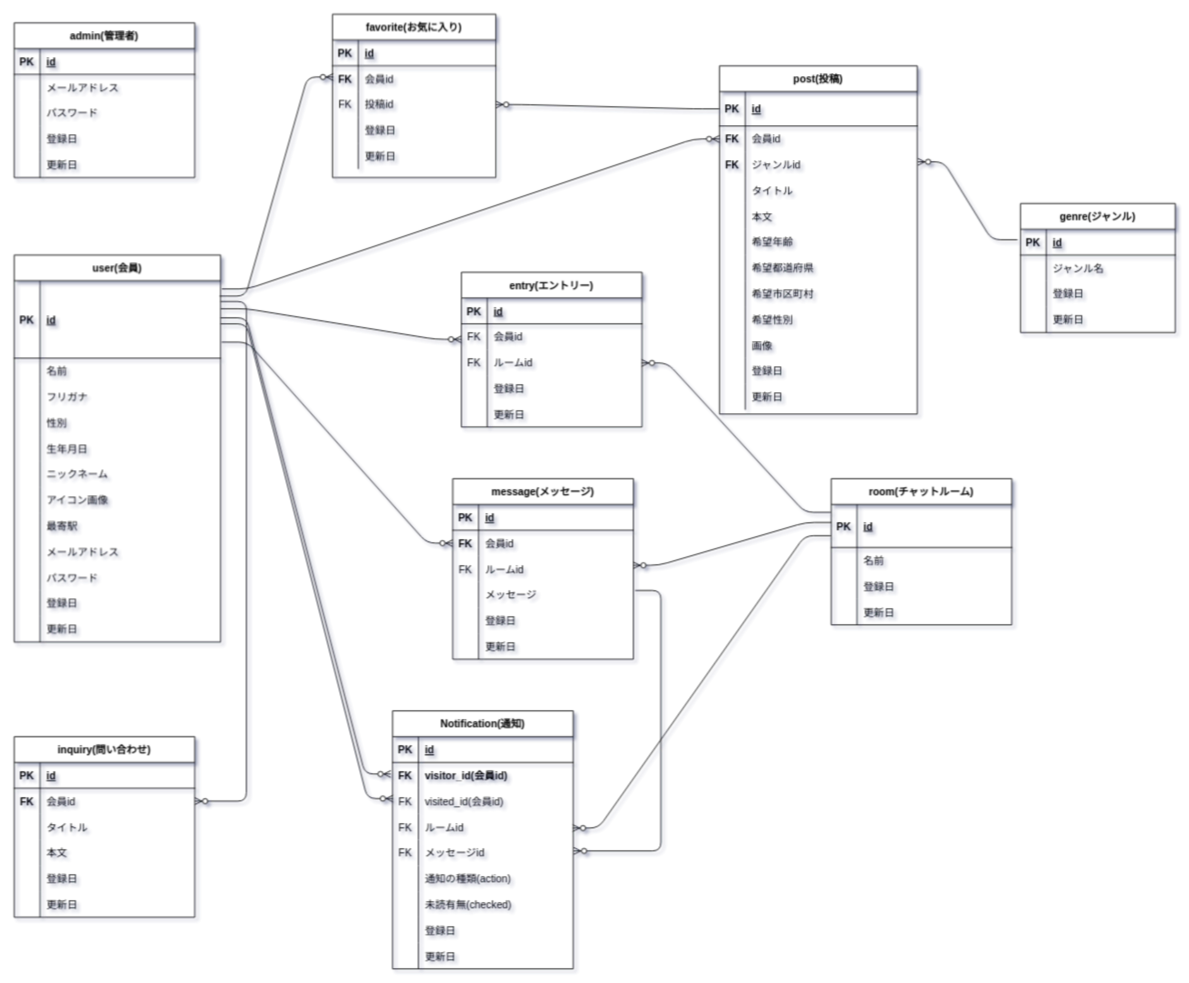
Earlier version of the draw.io diagram enrich-ity.drawio (hapi190601/enrich-ity). Source tidied: cells renumbered, new cells numbered last; positions are measured from the earlier drawing's top-left corner, leaving out a move shared by most shapes. Both pictures are drawn from the tidied source at 86%, with x=0, y=0 at pixel (14, 14).
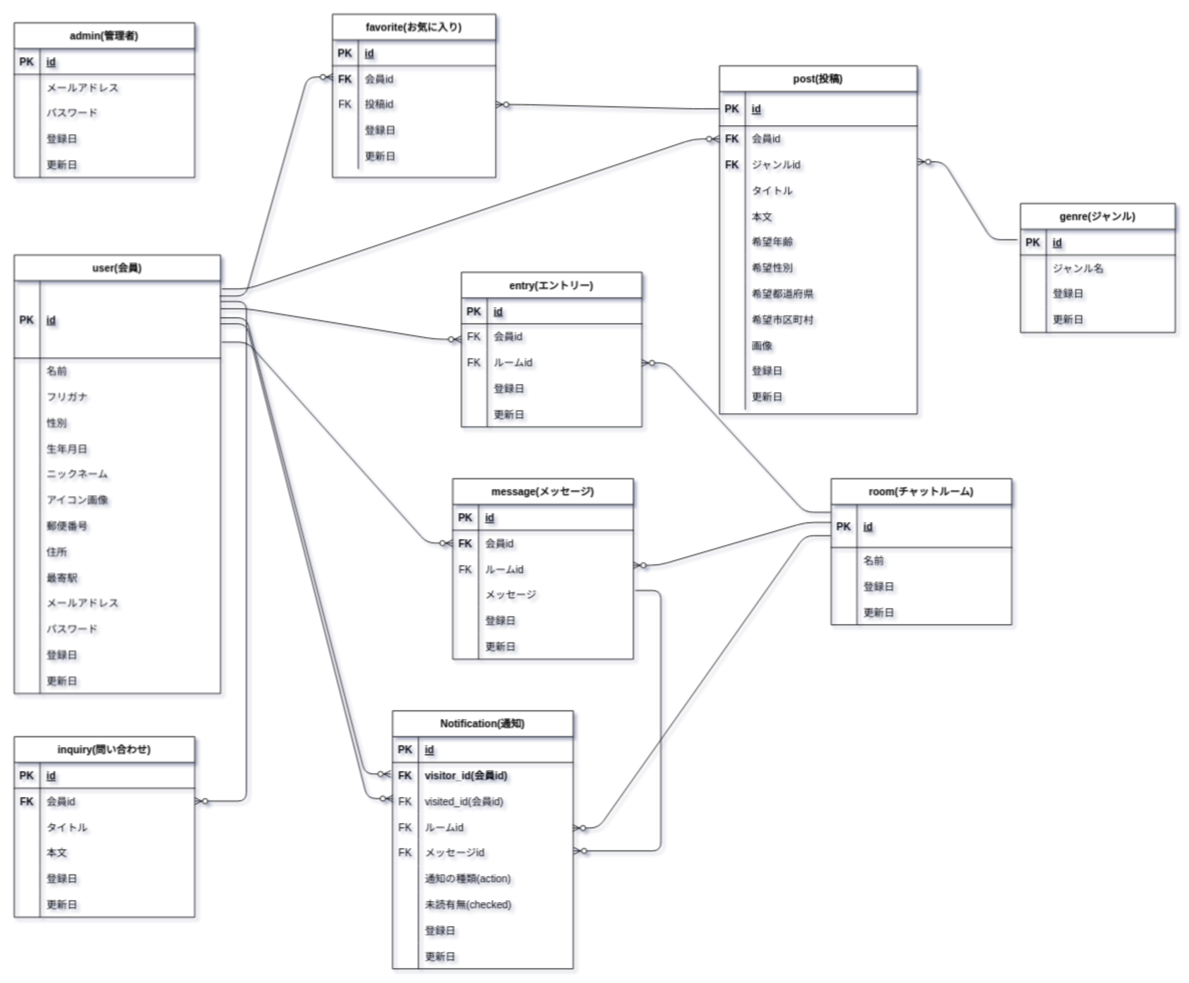
The same page after the edit.

Commit message:
カラム名修正

The change refers to these unchanged cells:
```xml
<mxCell id="58" style="shape=partialRectangle;fillColor=none;top=0;left=0;bottom=0;right=0;" parent="39" vertex="1">
  <mxGeometry y="220" width="230" height="30" as="geometry" />
</mxCell>
<mxCell id="61" style="shape=partialRectangle;fillColor=none;top=0;left=0;bottom=0;right=0;" parent="39" vertex="1">
  <mxGeometry y="250" width="230" height="30" as="geometry" />
</mxCell>
<mxCell id="64" style="shape=partialRectangle;fillColor=none;top=0;left=0;bottom=0;right=0;" parent="39" vertex="1">
  <mxGeometry y="280" width="230" height="30" as="geometry" />
</mxCell>
```

Diff of the diagram source:
```diff
@@
     <mxCell id="2" value="user(会員)" style="shape=table;startSize=30;childLayout=tableLayout;rowLines=0;fontStyle=1;align=center;" parent="1" vertex="1">
-      <mxGeometry y="280" width="240" height="450" as="geometry" />
+      <mxGeometry y="280" width="240" height="510" as="geometry" />
     </mxCell>
@@
+    <mxCell id="229" style="shape=partialRectangle;fillColor=none;top=0;left=0;bottom=0;right=0;" parent="2" vertex="1">
+      <mxGeometry y="300" width="240" height="30" as="geometry" />
+    </mxCell>
+    <mxCell id="230" style="shape=partialRectangle;fillColor=none;top=0;left=0;bottom=0;right=0;overflow=hidden;" parent="229" vertex="1">
+      <mxGeometry width="30" height="30" as="geometry" />
+    </mxCell>
+    <mxCell id="231" value="郵便番号" style="shape=partialRectangle;fillColor=none;top=0;left=0;bottom=0;right=0;align=left;spacingLeft=6;overflow=hidden;" parent="229" vertex="1">
+      <mxGeometry x="30" width="210" height="30" as="geometry" />
+    </mxCell>
+    <mxCell id="232" style="shape=partialRectangle;fillColor=none;top=0;left=0;bottom=0;right=0;" parent="2" vertex="1">
+      <mxGeometry y="330" width="240" height="30" as="geometry" />
+    </mxCell>
+    <mxCell id="233" style="shape=partialRectangle;fillColor=none;top=0;left=0;bottom=0;right=0;overflow=hidden;" parent="232" vertex="1">
+      <mxGeometry width="30" height="30" as="geometry" />
+    </mxCell>
+    <mxCell id="234" value="住所" style="shape=partialRectangle;fillColor=none;top=0;left=0;bottom=0;right=0;align=left;spacingLeft=6;overflow=hidden;" parent="232" vertex="1">
+      <mxGeometry x="30" width="210" height="30" as="geometry" />
+    </mxCell>
     <mxCell id="24" style="shape=partialRectangle;fillColor=none;top=0;left=0;bottom=0;right=0;" parent="2" vertex="1">
-      <mxGeometry y="300" width="240" height="30" as="geometry" />
+      <mxGeometry y="360" width="240" height="30" as="geometry" />
     </mxCell>
@@
     <mxCell id="27" style="shape=partialRectangle;fillColor=none;top=0;left=0;bottom=0;right=0;" parent="2" vertex="1">
-      <mxGeometry y="330" width="240" height="30" as="geometry" />
+      <mxGeometry y="390" width="240" height="30" as="geometry" />
     </mxCell>
@@
     <mxCell id="30" style="shape=partialRectangle;fillColor=none;top=0;left=0;bottom=0;right=0;" parent="2" vertex="1">
-      <mxGeometry y="360" width="240" height="30" as="geometry" />
+      <mxGeometry y="420" width="240" height="30" as="geometry" />
     </mxCell>
@@
     <mxCell id="33" style="shape=partialRectangle;fillColor=none;top=0;left=0;bottom=0;right=0;" parent="2" vertex="1">
-      <mxGeometry y="390" width="240" height="30" as="geometry" />
+      <mxGeometry y="450" width="240" height="30" as="geometry" />
     </mxCell>
@@
     <mxCell id="36" style="shape=partialRectangle;fillColor=none;top=0;left=0;bottom=0;right=0;" parent="2" vertex="1">
-      <mxGeometry y="420" width="240" height="30" as="geometry" />
+      <mxGeometry y="480" width="240" height="30" as="geometry" />
     </mxCell>
@@
-    <mxCell id="60" value="希望都道府県" style="shape=partialRectangle;fillColor=none;top=0;left=0;bottom=0;right=0;align=left;spacingLeft=6;overflow=hidden;" parent="58" vertex="1">
+    <mxCell id="60" value="希望性別" style="shape=partialRectangle;fillColor=none;top=0;left=0;bottom=0;right=0;align=left;spacingLeft=6;overflow=hidden;" parent="58" vertex="1">
       <mxGeometry x="30" width="200" height="30" as="geometry" />
     </mxCell>
@@
-    <mxCell id="63" value="希望市区町村" style="shape=partialRectangle;fillColor=none;top=0;left=0;bottom=0;right=0;align=left;spacingLeft=6;overflow=hidden;" parent="61" vertex="1">
+    <mxCell id="63" value="希望都道府県" style="shape=partialRectangle;fillColor=none;top=0;left=0;bottom=0;right=0;align=left;spacingLeft=6;overflow=hidden;" parent="61" vertex="1">
       <mxGeometry x="30" width="200" height="30" as="geometry" />
     </mxCell>
@@
-    <mxCell id="66" value="希望性別" style="shape=partialRectangle;fillColor=none;top=0;left=0;bottom=0;right=0;align=left;spacingLeft=6;overflow=hidden;" parent="64" vertex="1">
+    <mxCell id="66" value="希望市区町村" style="shape=partialRectangle;fillColor=none;top=0;left=0;bottom=0;right=0;align=left;spacingLeft=6;overflow=hidden;" parent="64" vertex="1">
       <mxGeometry x="30" width="200" height="30" as="geometry" />
     </mxCell>
```
